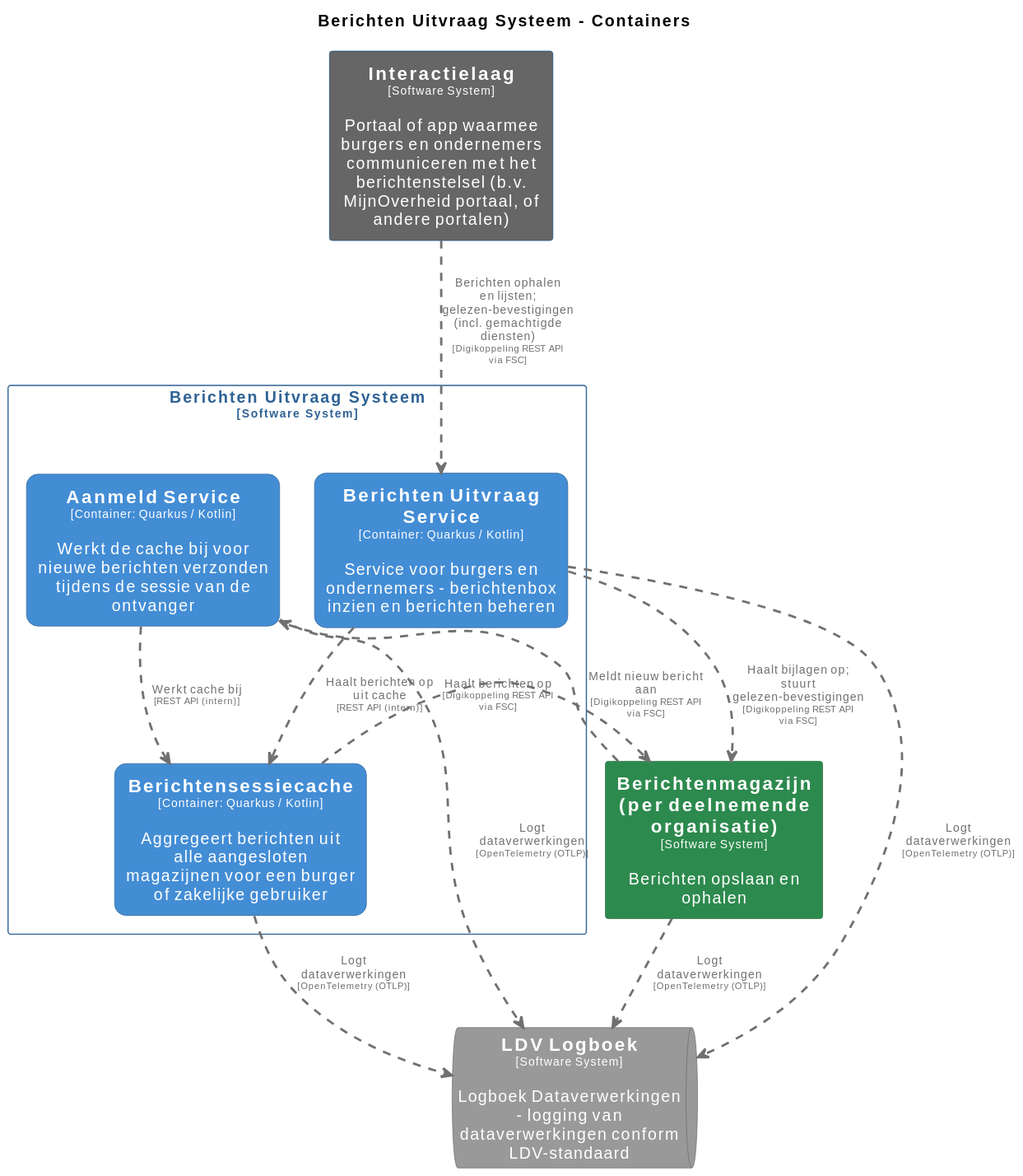
Above: pr-preview/pr-22/master/svg/BerichtenUitvraagSysteemContainers.svg in MinBZK/moza-poc-fbs-berichtenbox (PlantUML), before the change. Its source is kept beside it as pr-preview/pr-22/master/puml/BerichtenUitvraagSysteemContainers.puml. Its diagram source:
```plantuml
@startuml
set separator none
title Berichten Uitvraag Systeem - Containers

top to bottom direction
skinparam ranksep 60
skinparam nodesep 30

skinparam {
  arrowFontSize 10
  defaultTextAlignment center
  wrapWidth 200
  maxMessageSize 100
}

hide stereotype

skinparam rectangle<<BerichtenUitvraagSysteem.AanmeldService>> {
  BackgroundColor #438dd5
  FontColor #ffffff
  BorderColor #2e6295
  roundCorner 20
  shadowing false
}
skinparam rectangle<<BerichtenUitvraagSysteem.BerichtenUitvraagService>> {
  BackgroundColor #438dd5
  FontColor #ffffff
  BorderColor #2e6295
  roundCorner 20
  shadowing false
}
skinparam rectangle<<Berichtenmagazijnperdeelnemendeorganisatie>> {
  BackgroundColor #2d8a4e
  FontColor #ffffff
  BorderColor #1e6b38
  shadowing false
}
skinparam rectangle<<BerichtenUitvraagSysteem.Berichtensessiecache>> {
  BackgroundColor #438dd5
  FontColor #ffffff
  BorderColor #2e6295
  roundCorner 20
  shadowing false
}
skinparam rectangle<<Interactielaag>> {
  BackgroundColor #666666
  FontColor #ffffff
  BorderColor #0b4884
  shadowing false
}
skinparam queue<<LDVLogboek>> {
  BackgroundColor #999999
  FontColor #ffffff
  BorderColor #6b6b6b
  shadowing false
}
skinparam rectangle<<BerichtenUitvraagSysteem>> {
  BorderColor #2e6295
  FontColor #2e6295
  shadowing false
}

rectangle "==Interactielaag\n<size:10>[Software System]</size>\n\nPortaal of app waarmee burgers en ondernemers communiceren met het berichtenstelsel (b.v. MijnOverheid portaal, of andere portalen)" <<Interactielaag>> as Interactielaag
rectangle "==Berichtenmagazijn (per deelnemende organisatie)\n<size:10>[Software System]</size>\n\nBerichten opslaan en ophalen" <<Berichtenmagazijnperdeelnemendeorganisatie>> as Berichtenmagazijnperdeelnemendeorganisatie
queue "==LDV Logboek\n<size:10>[Software System]</size>\n\nLogboek Dataverwerkingen - logging van dataverwerkingen conform LDV-standaard" <<LDVLogboek>> as LDVLogboek

rectangle "Berichten Uitvraag Systeem\n<size:10>[Software System]</size>" <<BerichtenUitvraagSysteem>> {
  rectangle "==Berichtensessiecache\n<size:10>[Container: Quarkus / Kotlin]</size>\n\nAggregeert berichten uit alle aangesloten magazijnen voor een burger of zakelijke gebruiker" <<BerichtenUitvraagSysteem.Berichtensessiecache>> as BerichtenUitvraagSysteem.Berichtensessiecache
  rectangle "==Berichten Uitvraag Service\n<size:10>[Container: Quarkus / Kotlin]</size>\n\nService voor burgers en ondernemers - berichtenbox inzien en berichten beheren" <<BerichtenUitvraagSysteem.BerichtenUitvraagService>> as BerichtenUitvraagSysteem.BerichtenUitvraagService
  rectangle "==Aanmeld Service\n<size:10>[Container: Quarkus / Kotlin]</size>\n\nWerkt de cache bij voor nieuwe berichten verzonden tijdens de sessie van de ontvanger" <<BerichtenUitvraagSysteem.AanmeldService>> as BerichtenUitvraagSysteem.AanmeldService
}

Berichtenmagazijnperdeelnemendeorganisatie .[#707070,thickness=2].> LDVLogboek : "<color:#707070>Logt dataverwerkingen\n<color:#707070><size:8>[OpenTelemetry (OTLP)]</size>"
BerichtenUitvraagSysteem.Berichtensessiecache .[#707070,thickness=2].> LDVLogboek : "<color:#707070>Logt dataverwerkingen\n<color:#707070><size:8>[OpenTelemetry (OTLP)]</size>"
BerichtenUitvraagSysteem.AanmeldService .[#707070,thickness=2].> LDVLogboek : "<color:#707070>Logt dataverwerkingen\n<color:#707070><size:8>[OpenTelemetry (OTLP)]</size>"
BerichtenUitvraagSysteem.BerichtenUitvraagService .[#707070,thickness=2].> LDVLogboek : "<color:#707070>Logt dataverwerkingen\n<color:#707070><size:8>[OpenTelemetry (OTLP)]</size>"
BerichtenUitvraagSysteem.AanmeldService .[#707070,thickness=2].> BerichtenUitvraagSysteem.Berichtensessiecache : "<color:#707070>Werkt cache bij\n<color:#707070><size:8>[REST API (intern)]</size>"
BerichtenUitvraagSysteem.BerichtenUitvraagService .[#707070,thickness=2].> BerichtenUitvraagSysteem.Berichtensessiecache : "<color:#707070>Haalt berichten op uit cache\n<color:#707070><size:8>[REST API (intern)]</size>"
Interactielaag .[#707070,thickness=2].> BerichtenUitvraagSysteem.BerichtenUitvraagService : "<color:#707070>Berichten ophalen en lijsten; gelezen-bevestigingen (incl. gemachtigde diensten)\n<color:#707070><size:8>[Digikoppeling REST API via FSC]</size>"
BerichtenUitvraagSysteem.BerichtenUitvraagService .[#707070,thickness=2].> Berichtenmagazijnperdeelnemendeorganisatie : "<color:#707070>Haalt bijlagen op; stuurt gelezen-bevestigingen\n<color:#707070><size:8>[Digikoppeling REST API via FSC]</size>"
Berichtenmagazijnperdeelnemendeorganisatie .[#707070,thickness=2].> BerichtenUitvraagSysteem.AanmeldService : "<color:#707070>Meldt nieuw bericht aan\n<color:#707070><size:8>[Digikoppeling REST API via FSC]</size>"
BerichtenUitvraagSysteem.Berichtensessiecache .[#707070,thickness=2].> Berichtenmagazijnperdeelnemendeorganisatie : "<color:#707070>Haalt berichten op\n<color:#707070><size:8>[Digikoppeling REST API via FSC]</size>"
@enduml
```
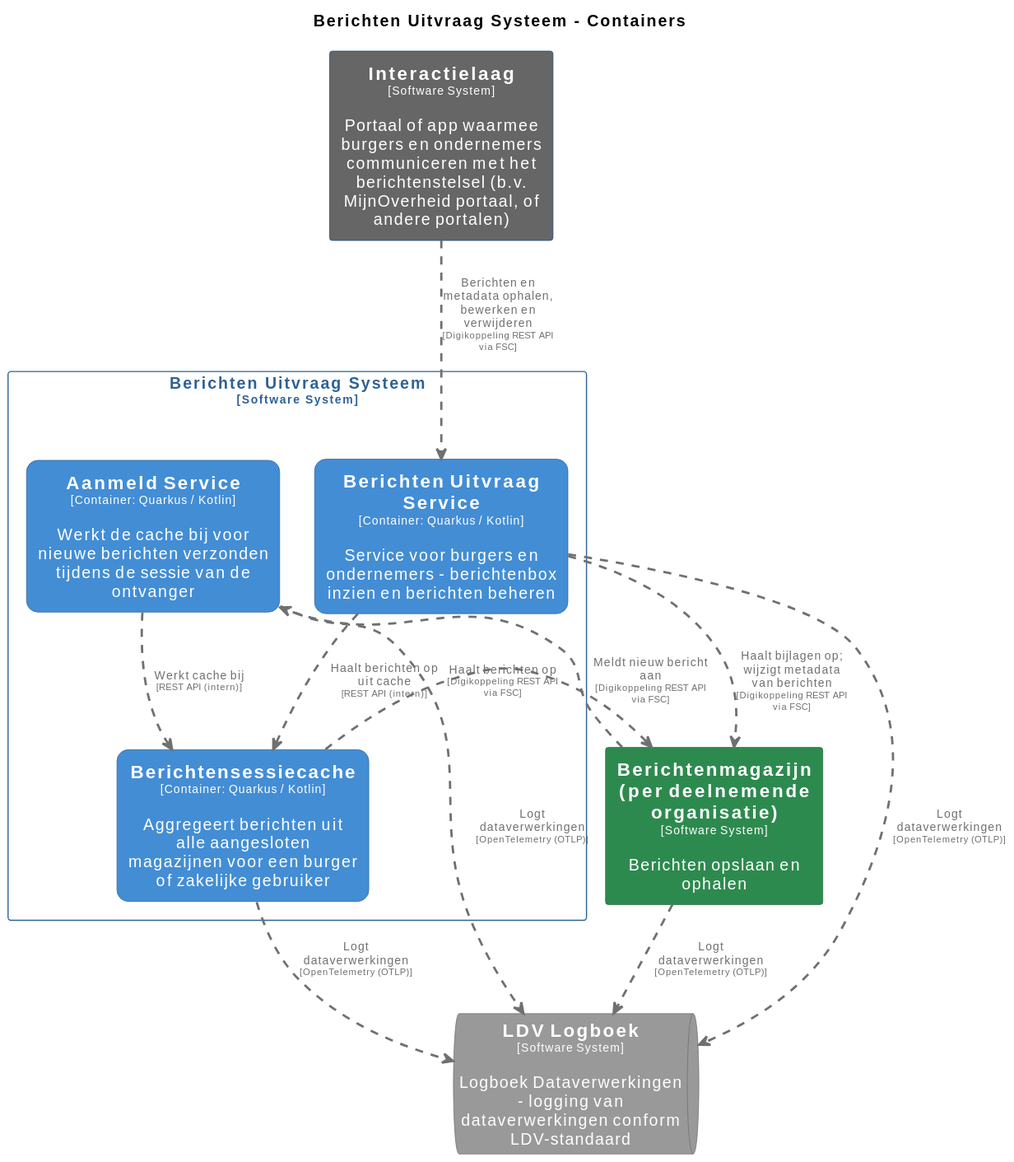
Above is the later version.

Change to the diagram source:
```diff
@@ -76,8 +76,8 @@
 BerichtenUitvraagSysteem.BerichtenUitvraagService .[#707070,thickness=2].> LDVLogboek : "<color:#707070>Logt dataverwerkingen\n<color:#707070><size:8>[OpenTelemetry (OTLP)]</size>"
 BerichtenUitvraagSysteem.AanmeldService .[#707070,thickness=2].> BerichtenUitvraagSysteem.Berichtensessiecache : "<color:#707070>Werkt cache bij\n<color:#707070><size:8>[REST API (intern)]</size>"
 BerichtenUitvraagSysteem.BerichtenUitvraagService .[#707070,thickness=2].> BerichtenUitvraagSysteem.Berichtensessiecache : "<color:#707070>Haalt berichten op uit cache\n<color:#707070><size:8>[REST API (intern)]</size>"
-Interactielaag .[#707070,thickness=2].> BerichtenUitvraagSysteem.BerichtenUitvraagService : "<color:#707070>Berichten ophalen en lijsten; gelezen-bevestigingen (incl. gemachtigde diensten)\n<color:#707070><size:8>[Digikoppeling REST API via FSC]</size>"
-BerichtenUitvraagSysteem.BerichtenUitvraagService .[#707070,thickness=2].> Berichtenmagazijnperdeelnemendeorganisatie : "<color:#707070>Haalt bijlagen op; stuurt gelezen-bevestigingen\n<color:#707070><size:8>[Digikoppeling REST API via FSC]</size>"
+Interactielaag .[#707070,thickness=2].> BerichtenUitvraagSysteem.BerichtenUitvraagService : "<color:#707070>Berichten en metadata ophalen, bewerken en verwijderen\n<color:#707070><size:8>[Digikoppeling REST API via FSC]</size>"
+BerichtenUitvraagSysteem.BerichtenUitvraagService .[#707070,thickness=2].> Berichtenmagazijnperdeelnemendeorganisatie : "<color:#707070>Haalt bijlagen op; wijzigt metadata van berichten\n<color:#707070><size:8>[Digikoppeling REST API via FSC]</size>"
 Berichtenmagazijnperdeelnemendeorganisatie .[#707070,thickness=2].> BerichtenUitvraagSysteem.AanmeldService : "<color:#707070>Meldt nieuw bericht aan\n<color:#707070><size:8>[Digikoppeling REST API via FSC]</size>"
 BerichtenUitvraagSysteem.Berichtensessiecache .[#707070,thickness=2].> Berichtenmagazijnperdeelnemendeorganisatie : "<color:#707070>Haalt berichten op\n<color:#707070><size:8>[Digikoppeling REST API via FSC]</size>"
 @enduml
```
